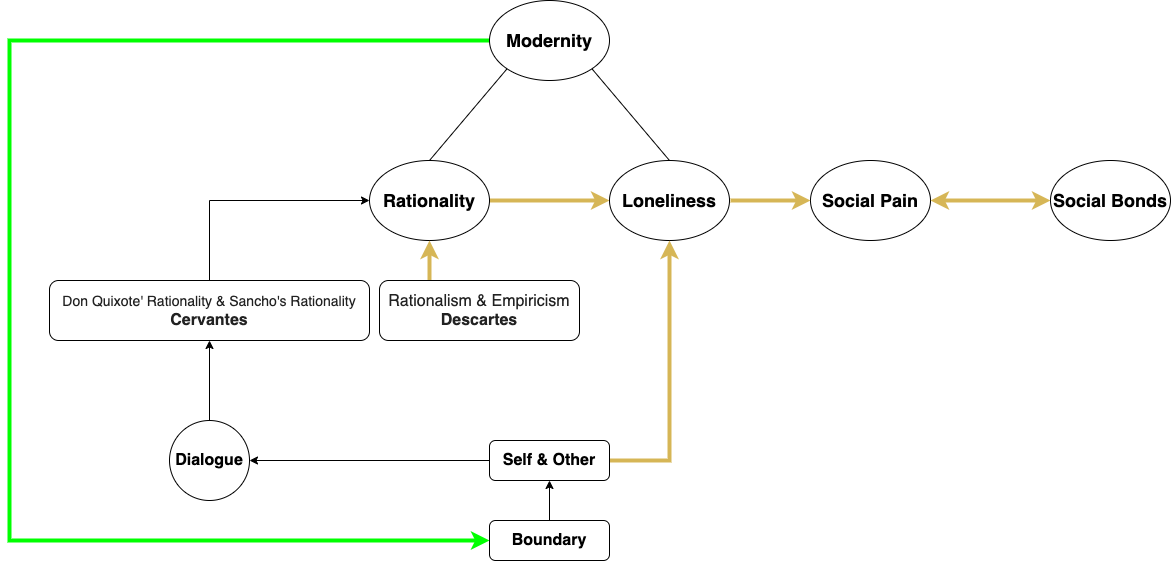
Before: report/pix/triangle-3.png, a diagram exported from draw.io (tintinrevient/social-and-affective-neuroscience). Source tidied: cells renumbered, new cells last; positions are measured from the earlier drawing's top-left corner, leaving out a move shared by most shapes. The source it was exported from:
```xml
<mxGraphModel>
  <root>
    <mxCell id="0" />
    <mxCell id="1" parent="0" />
    <mxCell id="2" style="edgeStyle=orthogonalEdgeStyle;rounded=0;jettySize=auto;html=1;exitX=0;exitY=0.5;exitDx=0;exitDy=0;entryX=0;entryY=0.5;entryDx=0;entryDy=0;strokeColor=#00FF00;strokeWidth=4;fontSize=16;" parent="1" edge="1" source="3" target="14">
      <mxGeometry relative="1" as="geometry">
        <Array as="points">
          <mxPoint y="40" />
          <mxPoint y="540" />
        </Array>
      </mxGeometry>
    </mxCell>
    <mxCell id="3" value="Modernity" style="ellipse;whiteSpace=wrap;html=1;fontStyle=1;fontSize=18;" parent="1" vertex="1">
      <mxGeometry x="480" width="120" height="80" as="geometry" />
    </mxCell>
    <mxCell id="4" style="edgeStyle=orthogonalEdgeStyle;rounded=0;jettySize=auto;html=1;entryX=0;entryY=0.5;entryDx=0;entryDy=0;fontSize=16;fillColor=#fff2cc;strokeColor=#d6b656;strokeWidth=4;" parent="1" edge="1" source="5" target="6">
      <mxGeometry relative="1" as="geometry" />
    </mxCell>
    <mxCell id="5" value="Rationality" style="ellipse;whiteSpace=wrap;html=1;fontStyle=1;fontSize=18;" parent="1" vertex="1">
      <mxGeometry x="360" y="160" width="120" height="80" as="geometry" />
    </mxCell>
    <mxCell id="6" value="Loneliness" style="ellipse;whiteSpace=wrap;html=1;fontStyle=1;fontSize=18;" parent="1" vertex="1">
      <mxGeometry x="600" y="160" width="120" height="80" as="geometry" />
    </mxCell>
    <mxCell id="7" style="endArrow=none;html=1;fontSize=18;entryX=0;entryY=1;entryDx=0;entryDy=0;exitX=0.5;exitY=0;exitDx=0;exitDy=0;" parent="1" edge="1" source="5" target="3">
      <mxGeometry relative="1" as="geometry" />
    </mxCell>
    <mxCell id="8" style="endArrow=none;html=1;fontSize=18;entryX=1;entryY=1;entryDx=0;entryDy=0;exitX=0.5;exitY=0;exitDx=0;exitDy=0;" parent="1" edge="1" source="6" target="3">
      <mxGeometry relative="1" as="geometry" />
    </mxCell>
    <mxCell id="9" value="Social Pain" style="ellipse;whiteSpace=wrap;html=1;fontStyle=1;fontSize=18;" parent="1" vertex="1">
      <mxGeometry x="801" y="160" width="120" height="80" as="geometry" />
    </mxCell>
    <mxCell id="10" value="Social Bonds" style="ellipse;whiteSpace=wrap;html=1;fontStyle=1;fontSize=18;" parent="1" vertex="1">
      <mxGeometry x="1041" y="160" width="120" height="80" as="geometry" />
    </mxCell>
    <mxCell id="11" style="endArrow=classic;startArrow=classic;html=1;fontSize=18;entryX=0;entryY=0.5;entryDx=0;entryDy=0;exitX=1;exitY=0.5;exitDx=0;exitDy=0;strokeWidth=4;fillColor=#fff2cc;strokeColor=#d6b656;" parent="1" edge="1" source="9" target="10">
      <mxGeometry relative="1" as="geometry" />
    </mxCell>
    <mxCell id="12" style="endArrow=classic;html=1;fontSize=18;entryX=0;entryY=0.5;entryDx=0;entryDy=0;fillColor=#fff2cc;strokeColor=#d6b656;strokeWidth=4;" parent="1" edge="1" target="9">
      <mxGeometry relative="1" as="geometry">
        <mxPoint x="721" y="200" as="sourcePoint" />
      </mxGeometry>
    </mxCell>
    <mxCell id="13" style="edgeStyle=orthogonalEdgeStyle;rounded=0;jettySize=auto;html=1;exitX=0.5;exitY=0;exitDx=0;exitDy=0;entryX=0.5;entryY=1;entryDx=0;entryDy=0;fontSize=16;" parent="1" edge="1" source="14" target="17">
      <mxGeometry relative="1" as="geometry" />
    </mxCell>
    <mxCell id="14" value="Boundary" style="rounded=1;whiteSpace=wrap;html=1;fontStyle=1;fontSize=16;" parent="1" vertex="1">
      <mxGeometry x="480" y="520" width="120" height="40" as="geometry" />
    </mxCell>
    <mxCell id="15" style="edgeStyle=orthogonalEdgeStyle;rounded=0;jettySize=auto;html=1;entryX=1;entryY=0.5;entryDx=0;entryDy=0;fontSize=16;" parent="1" edge="1" source="17" target="23">
      <mxGeometry relative="1" as="geometry" />
    </mxCell>
    <mxCell id="16" style="edgeStyle=orthogonalEdgeStyle;rounded=0;jettySize=auto;html=1;entryX=0.5;entryY=1;entryDx=0;entryDy=0;strokeColor=#d6b656;strokeWidth=4;fontSize=16;fillColor=#fff2cc;" parent="1" edge="1" source="17" target="6">
      <mxGeometry relative="1" as="geometry">
        <Array as="points">
          <mxPoint x="660" y="460" />
        </Array>
      </mxGeometry>
    </mxCell>
    <mxCell id="17" value="Self &amp;amp; Other" style="rounded=1;whiteSpace=wrap;html=1;fontStyle=1;fontSize=16;" parent="1" vertex="1">
      <mxGeometry x="480" y="440" width="120" height="40" as="geometry" />
    </mxCell>
    <mxCell id="18" style="edgeStyle=orthogonalEdgeStyle;rounded=0;jettySize=auto;html=1;exitX=0.25;exitY=0;exitDx=0;exitDy=0;entryX=0.5;entryY=1;entryDx=0;entryDy=0;strokeColor=#d6b656;strokeWidth=4;fontSize=16;fillColor=#fff2cc;" parent="1" edge="1" source="19" target="5">
      <mxGeometry relative="1" as="geometry" />
    </mxCell>
    <mxCell id="19" value="&lt;span style=&quot;color: rgb(34 , 34 , 34) ; font-family: sans-serif ; background-color: rgb(255 , 255 , 255)&quot;&gt;&lt;span style=&quot;font-weight: normal&quot;&gt;Rationalism &amp;amp; Empiricism&lt;/span&gt;&lt;br&gt;Descartes&lt;br&gt;&lt;/span&gt;" style="rounded=1;whiteSpace=wrap;html=1;fontStyle=1;fontSize=16;" parent="1" vertex="1">
      <mxGeometry x="370" y="280" width="200" height="60" as="geometry" />
    </mxCell>
    <mxCell id="20" style="edgeStyle=orthogonalEdgeStyle;rounded=0;jettySize=auto;html=1;entryX=0;entryY=0.5;entryDx=0;entryDy=0;fontSize=16;" parent="1" edge="1" source="21" target="5">
      <mxGeometry relative="1" as="geometry" />
    </mxCell>
    <mxCell id="21" value="&lt;span style=&quot;font-weight: 400 ; color: rgb(34 , 34 , 34) ; font-family: sans-serif ; font-size: 14px ; background-color: rgb(255 , 255 , 255)&quot;&gt;Don Quixote' Rationality &amp;amp; Sancho's Rationality&lt;/span&gt;&lt;b style=&quot;color: rgb(34 , 34 , 34) ; font-family: sans-serif ; background-color: rgb(255 , 255 , 255)&quot;&gt;&lt;br&gt;Cervantes&lt;br&gt;&lt;/b&gt;" style="rounded=1;whiteSpace=wrap;html=1;fontStyle=1;fontSize=16;" parent="1" vertex="1">
      <mxGeometry x="40" y="280" width="320" height="60" as="geometry" />
    </mxCell>
    <mxCell id="22" style="edgeStyle=orthogonalEdgeStyle;rounded=0;jettySize=auto;html=1;exitX=0.5;exitY=0;exitDx=0;exitDy=0;entryX=0.5;entryY=1;entryDx=0;entryDy=0;fontSize=16;" parent="1" edge="1" source="23" target="21">
      <mxGeometry relative="1" as="geometry" />
    </mxCell>
    <mxCell id="23" value="&lt;b&gt;Dialogue&lt;/b&gt;" style="ellipse;whiteSpace=wrap;html=1;fontSize=16;" parent="1" vertex="1">
      <mxGeometry x="160" y="420" width="80" height="80" as="geometry" />
    </mxCell>
  </root>
</mxGraphModel>
```
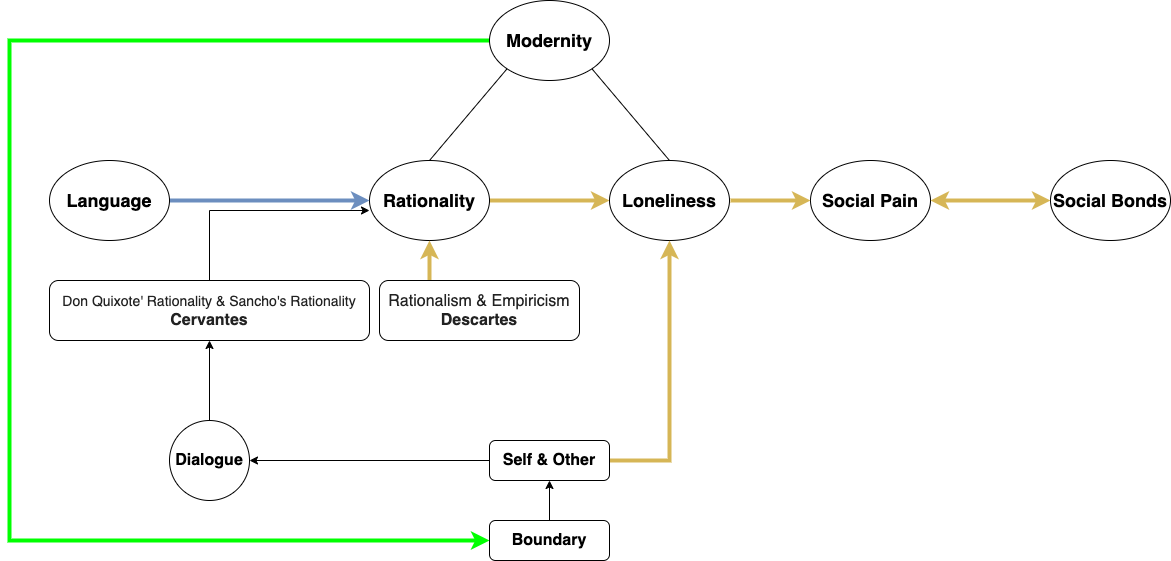
After the commit.

Diff of the diagram source:
```diff
@@ -67,7 +67,7 @@
     <mxCell id="19" value="&lt;span style=&quot;color: rgb(34 , 34 , 34) ; font-family: sans-serif ; background-color: rgb(255 , 255 , 255)&quot;&gt;&lt;span style=&quot;font-weight: normal&quot;&gt;Rationalism &amp;amp; Empiricism&lt;/span&gt;&lt;br&gt;Descartes&lt;br&gt;&lt;/span&gt;" style="rounded=1;whiteSpace=wrap;html=1;fontStyle=1;fontSize=16;" parent="1" vertex="1">
       <mxGeometry x="370" y="280" width="200" height="60" as="geometry" />
     </mxCell>
-    <mxCell id="20" style="edgeStyle=orthogonalEdgeStyle;rounded=0;jettySize=auto;html=1;entryX=0;entryY=0.5;entryDx=0;entryDy=0;fontSize=16;" parent="1" edge="1" source="21" target="5">
+    <mxCell id="20" style="edgeStyle=orthogonalEdgeStyle;rounded=0;jettySize=auto;html=1;exitX=0.5;exitY=0;exitDx=0;exitDy=0;entryX=0;entryY=0.625;entryDx=0;entryDy=0;entryPerimeter=0;strokeWidth=1;" parent="1" edge="1" source="21" target="5">
       <mxGeometry relative="1" as="geometry" />
     </mxCell>
     <mxCell id="21" value="&lt;span style=&quot;font-weight: 400 ; color: rgb(34 , 34 , 34) ; font-family: sans-serif ; font-size: 14px ; background-color: rgb(255 , 255 , 255)&quot;&gt;Don Quixote' Rationality &amp;amp; Sancho's Rationality&lt;/span&gt;&lt;b style=&quot;color: rgb(34 , 34 , 34) ; font-family: sans-serif ; background-color: rgb(255 , 255 , 255)&quot;&gt;&lt;br&gt;Cervantes&lt;br&gt;&lt;/b&gt;" style="rounded=1;whiteSpace=wrap;html=1;fontStyle=1;fontSize=16;" parent="1" vertex="1">
@@ -79,5 +79,13 @@
     <mxCell id="23" value="&lt;b&gt;Dialogue&lt;/b&gt;" style="ellipse;whiteSpace=wrap;html=1;fontSize=16;" parent="1" vertex="1">
       <mxGeometry x="160" y="420" width="80" height="80" as="geometry" />
     </mxCell>
+    <mxCell id="24" style="edgeStyle=orthogonalEdgeStyle;rounded=0;jettySize=auto;html=1;exitX=1;exitY=0.5;exitDx=0;exitDy=0;fillColor=#dae8fc;strokeColor=#6c8ebf;strokeWidth=4;" parent="1" edge="1" source="25">
+      <mxGeometry relative="1" as="geometry">
+        <mxPoint x="360" y="200" as="targetPoint" />
+      </mxGeometry>
+    </mxCell>
+    <mxCell id="25" value="&lt;font style=&quot;font-size: 18px&quot;&gt;&lt;b&gt;Language&lt;/b&gt;&lt;/font&gt;" style="ellipse;whiteSpace=wrap;html=1;" parent="1" vertex="1">
+      <mxGeometry x="40" y="160" width="120" height="80" as="geometry" />
+    </mxCell>
   </root>
 </mxGraphModel>
```
